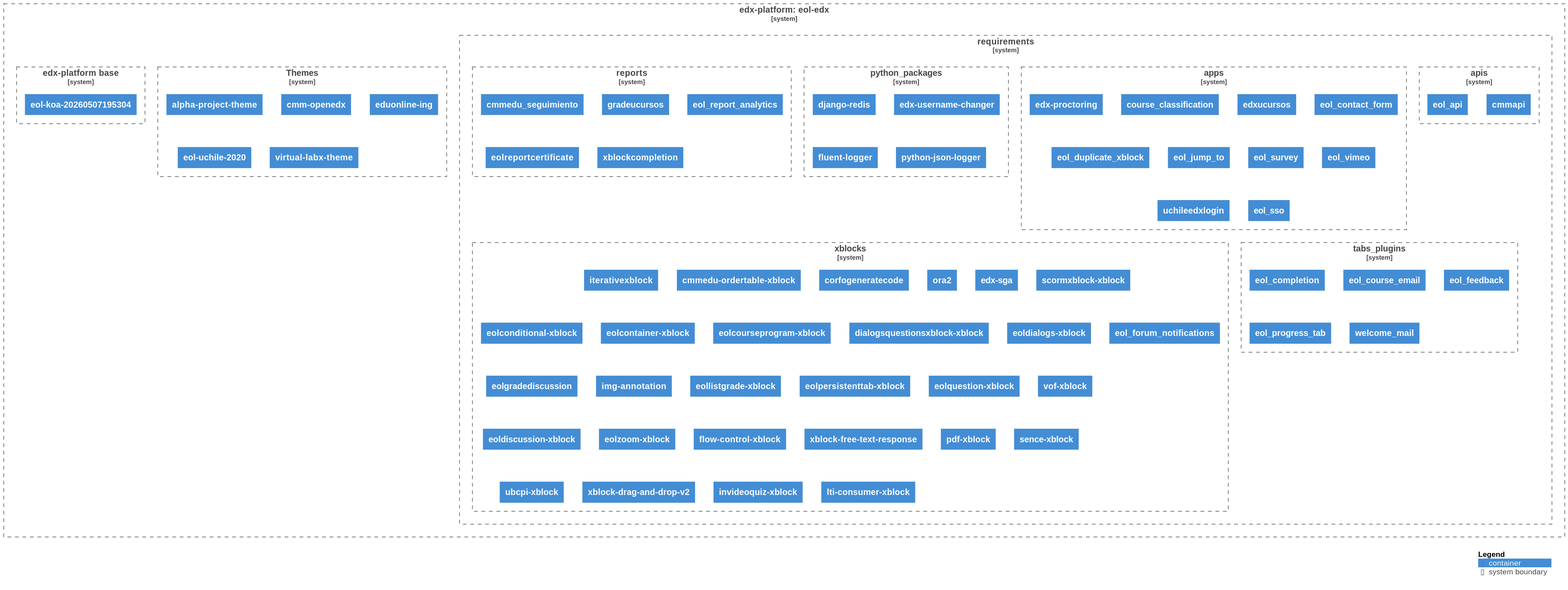
The PlantUML diagram diagrams/diagram.svg in eol-uchile/eol-edx, before a commit.
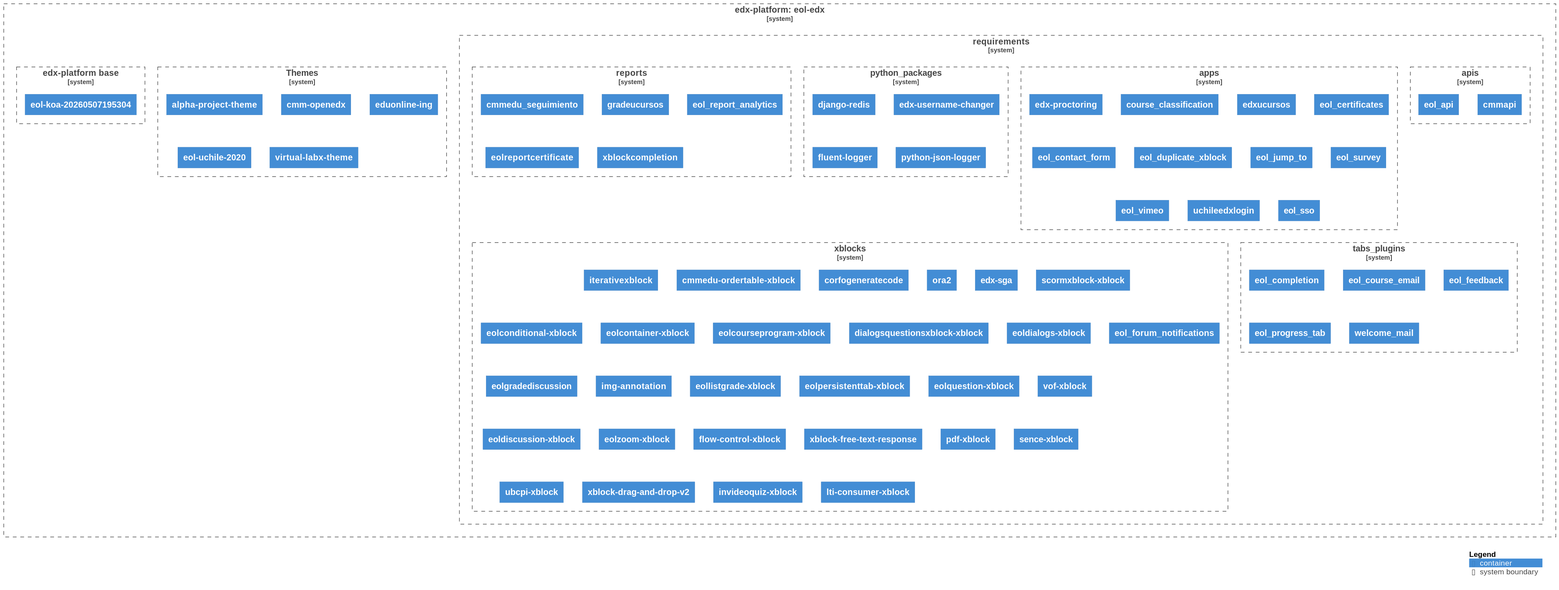
Later version of the same file.

Commit message:
chore: Auto-generate UML diagram

Change to the diagram source:
```diff
@@ -23,19 +23,21 @@
 
                 Container(apps3, "edxucursos", $link="https://github.com/eol-uchile/edx-ucursos/releases/tag/2.0.0")
 
-                Container(apps4, "eol_contact_form", $link="https://github.com/eol-uchile/eol_contact_form/releases/tag/0.5.3")
+                Container(apps4, "eol_certificates", $link="https://github.com/eol-uchile/eol-certificates/releases/tag/0.1.0")
 
-                Container(apps5, "eol_duplicate_xblock", $link="https://github.com/eol-uchile/eol_duplicate_xblock/releases/tag/1.0.0")
+                Container(apps5, "eol_contact_form", $link="https://github.com/eol-uchile/eol_contact_form/releases/tag/0.5.3")
 
-                Container(apps6, "eol_jump_to", $link="https://github.com/eol-uchile/eol_jump_to/releases/tag/0.0.1")
+                Container(apps6, "eol_duplicate_xblock", $link="https://github.com/eol-uchile/eol_duplicate_xblock/releases/tag/1.0.0")
 
-                Container(apps7, "eol_survey", $link="https://github.com/eol-uchile/eol_survey/releases/tag/3.1.0")
+                Container(apps7, "eol_jump_to", $link="https://github.com/eol-uchile/eol_jump_to/releases/tag/0.0.1")
 
-                Container(apps8, "eol_vimeo", $link="https://github.com/eol-uchile/eol_vimeo/releases/tag/1.0.1")
+                Container(apps8, "eol_survey", $link="https://github.com/eol-uchile/eol_survey/releases/tag/3.1.0")
 
-                Container(apps9, "uchileedxlogin", $link="https://github.com/eol-uchile/uchileedxlogin/releases/tag/2.0.1")
+                Container(apps9, "eol_vimeo", $link="https://github.com/eol-uchile/eol_vimeo/releases/tag/1.0.1")
 
-                Container(apps10, "eol_sso", $link="https://github.com/eol-uchile/eol_sso/releases/tag/1.2.0")
+                Container(apps10, "uchileedxlogin", $link="https://github.com/eol-uchile/uchileedxlogin/releases/tag/2.0.1")
+
+                Container(apps11, "eol_sso", $link="https://github.com/eol-uchile/eol_sso/releases/tag/1.2.0")
 
             }
 
```
